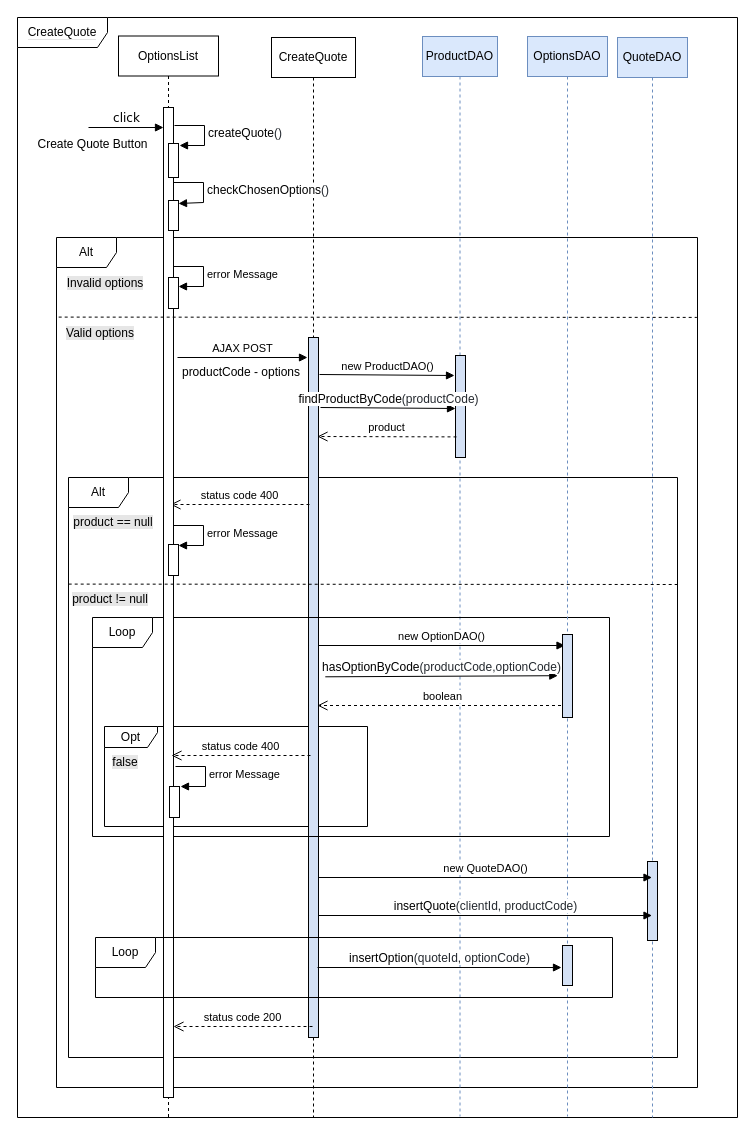
Earlier version of the draw.io diagram documentation/RIA_files_drawio/CreateQuote.drawio (ManuMerlo/Web-App-Project-TIW-2022-Inghilleri-Merlo). Source tidied: cells renumbered, new cells numbered last; positions are measured from the earlier drawing's top-left corner, leaving out a move shared by most shapes. Both pictures are drawn from the tidied source at 100%, with x=0, y=0 at pixel (17, 17).
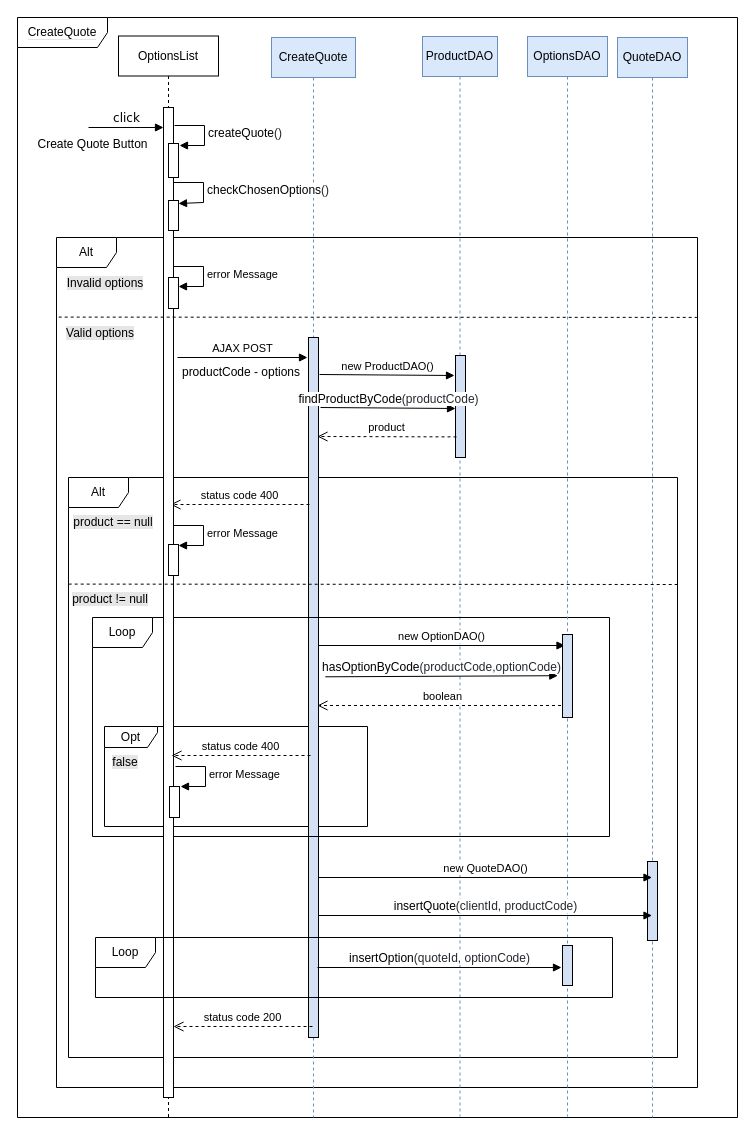
Above is the later version.

Change to the diagram source:
```diff
@@
-    <mxCell id="7" value="CreateQuote" style="shape=umlLifeline;perimeter=lifelinePerimeter;whiteSpace=wrap;html=1;" parent="1" vertex="1">
+    <mxCell id="7" value="CreateQuote" style="shape=umlLifeline;perimeter=lifelinePerimeter;whiteSpace=wrap;html=1;fillColor=#dae8fc;strokeColor=#6c8ebf;" parent="1" vertex="1">
       <mxGeometry x="254" y="20" width="84" height="1080" as="geometry" />
     </mxCell>
```
